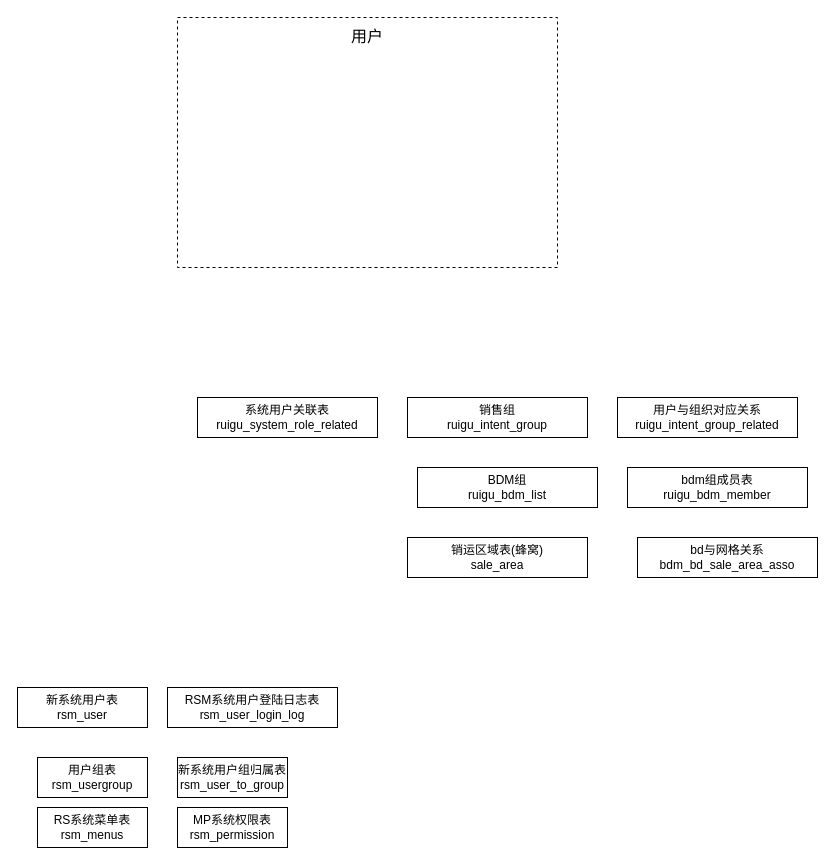
Before: 未命名绘图.drawio in shixiaoding/draw, a draw.io diagram. Source tidied: cells renumbered, new cells numbered last; positions are measured from the earlier drawing's top-left corner, leaving out a move shared by most shapes. Both pictures are drawn from the tidied source at 100%, with x=0, y=0 at pixel (17, 17).
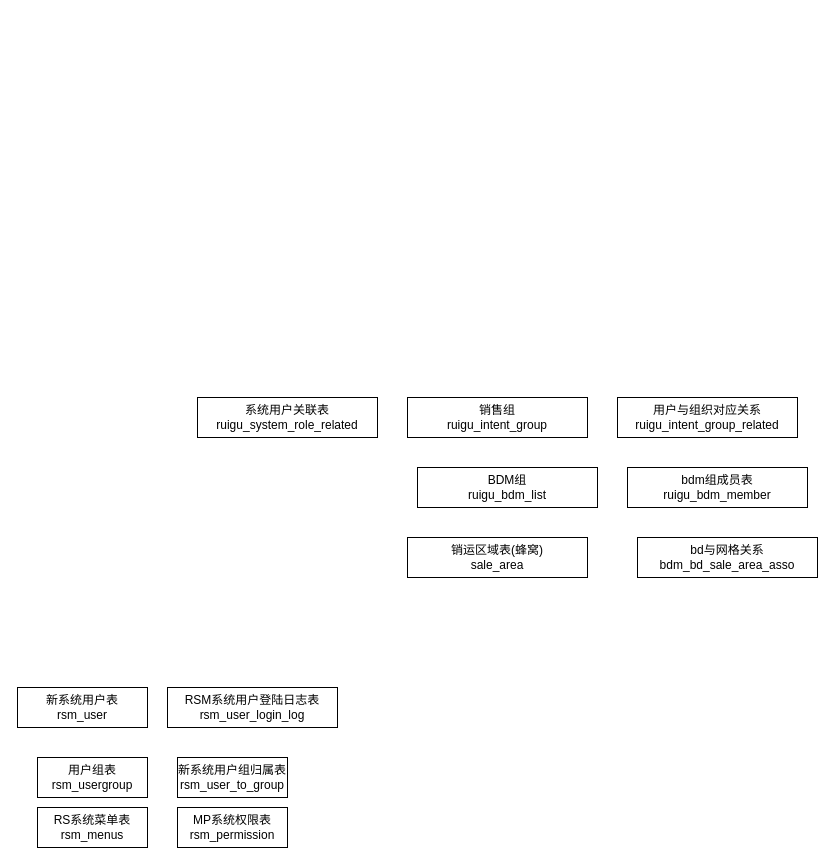
Above is the later version.

Diff of the diagram source:
```diff
@@
 <mxGraphModel>
   <root>
     <mxCell id="0" />
     <mxCell id="1" parent="0" />
-    <mxCell id="2" value="&lt;font style=&quot;font-size: 16px;&quot;&gt;用户&lt;/font&gt;" style="rounded=0;whiteSpace=wrap;html=1;hachureGap=4;fontFamily=Architects Daughter;fontSize=20;glass=0;shadow=0;dashed=1;verticalAlign=top;" parent="1" vertex="1">
-      <mxGeometry x="160" width="380" height="250" as="geometry" />
-    </mxCell>
     <mxCell id="3" value="系统用户关联表&lt;br&gt;ruigu_system_role_related" style="rounded=0;whiteSpace=wrap;html=1;hachureGap=4;strokeColor=default;align=center;verticalAlign=middle;fillColor=default;" parent="1" vertex="1">
       <mxGeometry x="180" y="380" width="180" height="40" as="geometry" />
     </mxCell>
     <mxCell id="4" value="销售组&lt;br&gt;ruigu_intent_group" style="rounded=0;whiteSpace=wrap;html=1;hachureGap=4;strokeColor=default;align=center;verticalAlign=middle;fillColor=default;" parent="1" vertex="1">
       <mxGeometry x="390" y="380" width="180" height="40" as="geometry" />
     </mxCell>
     <mxCell id="5" value="用户与组织对应关系&lt;br&gt;ruigu_intent_group_related" style="rounded=0;whiteSpace=wrap;html=1;hachureGap=4;strokeColor=default;align=center;verticalAlign=middle;fillColor=default;" parent="1" vertex="1">
       <mxGeometry x="600" y="380" width="180" height="40" as="geometry" />
     </mxCell>
     <mxCell id="6" value="BDM组&lt;br&gt;ruigu_bdm_list" style="rounded=0;whiteSpace=wrap;html=1;hachureGap=4;strokeColor=default;align=center;verticalAlign=middle;fillColor=default;" parent="1" vertex="1">
       <mxGeometry x="400" y="450" width="180" height="40" as="geometry" />
     </mxCell>
     <mxCell id="7" value="bdm组成员表&lt;br&gt;ruigu_bdm_member" style="rounded=0;whiteSpace=wrap;html=1;hachureGap=4;strokeColor=default;align=center;verticalAlign=middle;fillColor=default;" parent="1" vertex="1">
       <mxGeometry x="610" y="450" width="180" height="40" as="geometry" />
     </mxCell>
     <mxCell id="8" value="销运区域表(蜂窝)&lt;br&gt;sale_area" style="rounded=0;whiteSpace=wrap;html=1;hachureGap=4;strokeColor=default;align=center;verticalAlign=middle;fillColor=default;" parent="1" vertex="1">
       <mxGeometry x="390" y="520" width="180" height="40" as="geometry" />
     </mxCell>
     <mxCell id="9" value="bd与网格关系bdm_bd_sale_area_asso" style="rounded=0;whiteSpace=wrap;html=1;hachureGap=4;strokeColor=default;align=center;verticalAlign=middle;fillColor=default;" parent="1" vertex="1">
       <mxGeometry x="620" y="520" width="180" height="40" as="geometry" />
     </mxCell>
     <mxCell id="10" value="RSM系统用户登陆日志表&lt;br&gt;rsm_user_login_log" style="rounded=0;whiteSpace=wrap;html=1;" parent="1" vertex="1">
       <mxGeometry x="150" y="670" width="170" height="40" as="geometry" />
     </mxCell>
     <mxCell id="11" value="新系统用户表&lt;br&gt;rsm_user" style="rounded=0;whiteSpace=wrap;html=1;" parent="1" vertex="1">
       <mxGeometry y="670" width="130" height="40" as="geometry" />
     </mxCell>
     <mxCell id="12" value="用户组表&lt;br&gt;rsm_usergroup" style="rounded=0;whiteSpace=wrap;html=1;" parent="1" vertex="1">
       <mxGeometry x="20" y="740" width="110" height="40" as="geometry" />
     </mxCell>
     <mxCell id="13" value="新系统用户组归属表rsm_user_to_group" style="rounded=0;whiteSpace=wrap;html=1;" parent="1" vertex="1">
       <mxGeometry x="160" y="740" width="110" height="40" as="geometry" />
     </mxCell>
     <mxCell id="14" value="RS系统菜单表&lt;br&gt;rsm_menus" style="rounded=0;whiteSpace=wrap;html=1;" parent="1" vertex="1">
       <mxGeometry x="20" y="790" width="110" height="40" as="geometry" />
     </mxCell>
     <mxCell id="15" value="MP系统权限表rsm_permission" style="rounded=0;whiteSpace=wrap;html=1;" parent="1" vertex="1">
       <mxGeometry x="160" y="790" width="110" height="40" as="geometry" />
     </mxCell>
   </root>
 </mxGraphModel>
```
